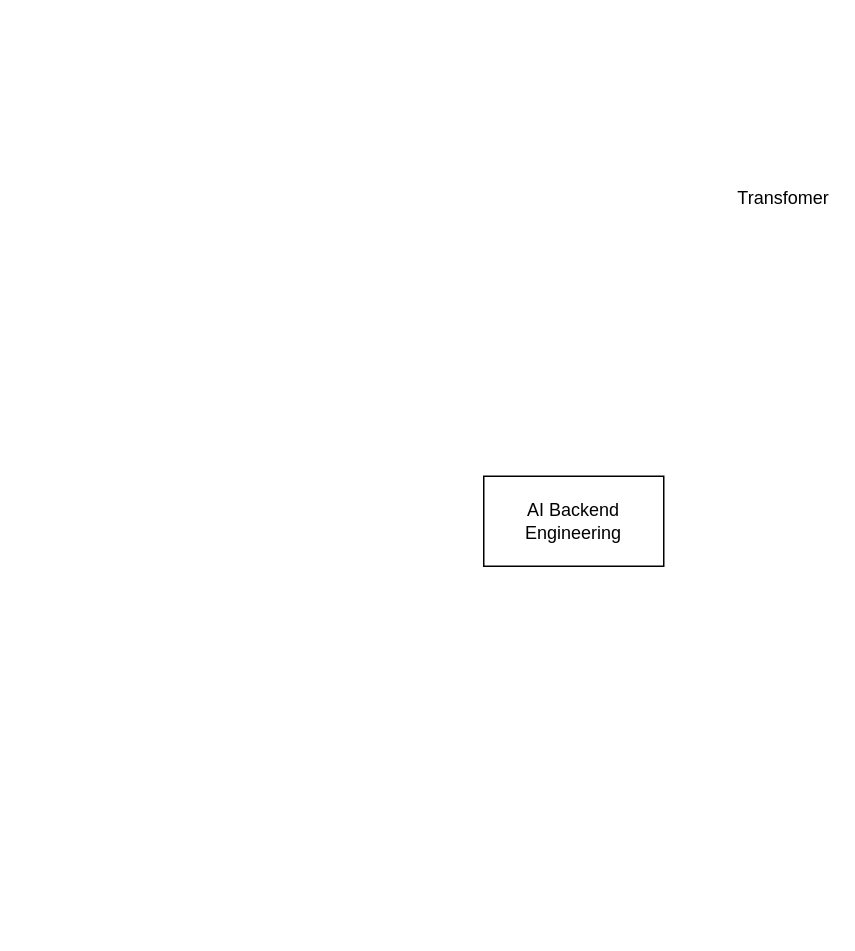
newbie220792/genai-rag-llm keeps this draw.io diagram as page "Overview" (1 of 3) of ai_backend_engineering.drawio. Above is the earlier version. Source tidied: cells renumbered, new cells numbered last; positions are measured from the earlier drawing's top-left corner, leaving out a move shared by most shapes. Both pictures are drawn from the tidied source at 150%, with x=0, y=0 at pixel (483, 176).
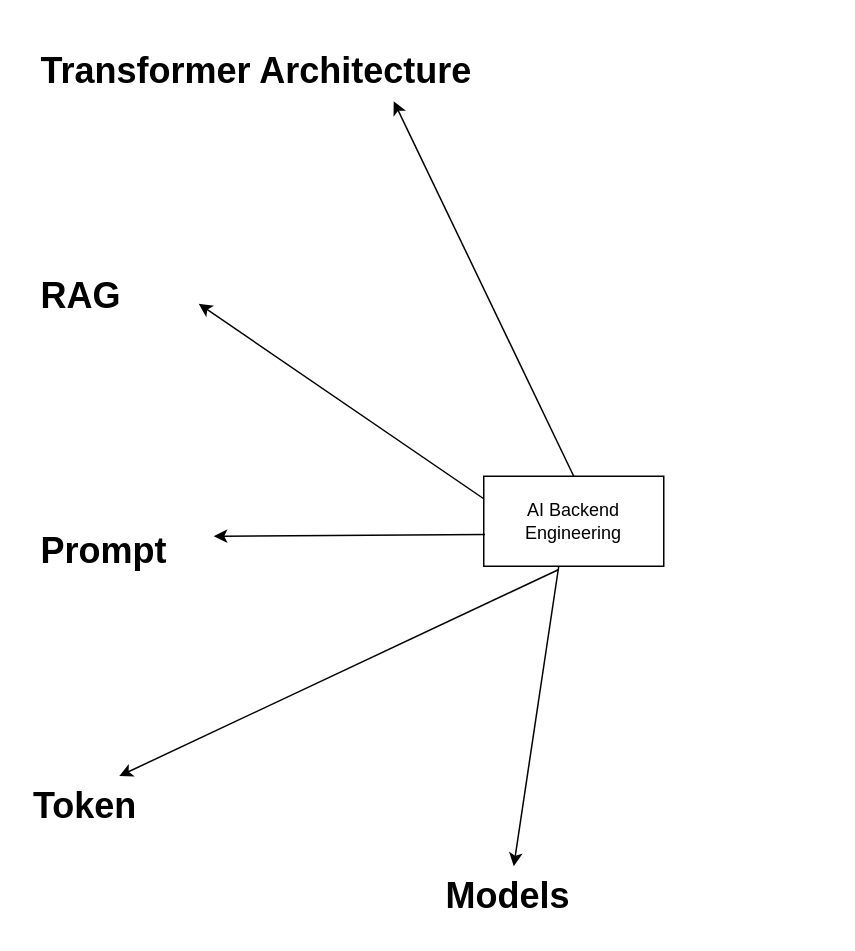
The same page after the edit.

The edit, as a diff of the source:
```diff
@@
 <mxGraphModel>
   <root>
     <mxCell id="0" />
     <mxCell id="1" parent="0" />
     <mxCell id="2" value="AI Backend Engineering" style="rounded=0;whiteSpace=wrap;html=1;" parent="1" vertex="1">
       <mxGeometry y="200" width="120" height="60" as="geometry" />
     </mxCell>
-    <mxCell id="3" value="Transfomer" style="text;html=1;whiteSpace=wrap;strokeColor=none;fillColor=none;align=center;verticalAlign=middle;rounded=0;" parent="1" vertex="1">
-      <mxGeometry x="170" width="60" height="30" as="geometry" />
-    </mxCell>
+    <mxCell id="4" value="&lt;h1&gt;Transformer Architecture&lt;br&gt;&lt;/h1&gt;&lt;p&gt;&lt;br&gt;&lt;/p&gt;" style="text;html=1;strokeColor=none;fillColor=none;spacing=5;spacingTop=-20;whiteSpace=wrap;overflow=hidden;rounded=0;" parent="1" vertex="1">
+      <mxGeometry x="-300" y="-90" width="320" height="40" as="geometry" />
+    </mxCell>
+    <mxCell id="5" value="&lt;h1&gt;RAG&lt;/h1&gt;" style="text;html=1;strokeColor=none;fillColor=none;spacing=5;spacingTop=-20;whiteSpace=wrap;overflow=hidden;rounded=0;" parent="1" vertex="1">
+      <mxGeometry x="-300" y="60" width="110" height="50" as="geometry" />
+    </mxCell>
+    <mxCell id="6" value="&lt;h1&gt;Prompt&lt;/h1&gt;" style="text;html=1;strokeColor=none;fillColor=none;spacing=5;spacingTop=-20;whiteSpace=wrap;overflow=hidden;rounded=0;" parent="1" vertex="1">
+      <mxGeometry x="-300" y="230" width="120" height="40" as="geometry" />
+    </mxCell>
+    <mxCell id="7" value="&lt;h1&gt;Token&lt;/h1&gt;" style="text;html=1;strokeColor=none;fillColor=none;spacing=5;spacingTop=-20;whiteSpace=wrap;overflow=hidden;rounded=0;" parent="1" vertex="1">
+      <mxGeometry x="-305" y="400" width="115" height="40" as="geometry" />
+    </mxCell>
+    <mxCell id="8" style="endArrow=classic;html=1;rounded=0;entryX=0.75;entryY=1;entryDx=0;entryDy=0;exitX=0.5;exitY=0;exitDx=0;exitDy=0;" parent="1" edge="1" source="2" target="4">
+      <mxGeometry relative="1" as="geometry" />
+    </mxCell>
+    <mxCell id="9" style="endArrow=classic;html=1;rounded=0;entryX=1;entryY=0.25;entryDx=0;entryDy=0;exitX=0.007;exitY=0.647;exitDx=0;exitDy=0;exitPerimeter=0;" parent="1" edge="1" source="2" target="6">
+      <mxGeometry relative="1" as="geometry" />
+    </mxCell>
+    <mxCell id="10" style="endArrow=classic;html=1;rounded=0;entryX=1;entryY=0.5;entryDx=0;entryDy=0;exitX=0;exitY=0.25;exitDx=0;exitDy=0;" parent="1" edge="1" source="2" target="5">
+      <mxGeometry relative="1" as="geometry" />
+    </mxCell>
+    <mxCell id="11" style="endArrow=classic;html=1;rounded=0;entryX=0.539;entryY=-0.003;entryDx=0;entryDy=0;entryPerimeter=0;exitX=0.417;exitY=1.036;exitDx=0;exitDy=0;exitPerimeter=0;" parent="1" edge="1" source="2" target="7">
+      <mxGeometry relative="1" as="geometry" />
+    </mxCell>
+    <mxCell id="12" value="&lt;h1&gt;Models&lt;/h1&gt;" style="text;html=1;strokeColor=none;fillColor=none;spacing=5;spacingTop=-20;whiteSpace=wrap;overflow=hidden;rounded=0;" parent="1" vertex="1">
+      <mxGeometry x="-30" y="460" width="100" height="40" as="geometry" />
+    </mxCell>
+    <mxCell id="13" style="endArrow=classic;html=1;rounded=0;entryX=0.5;entryY=0;entryDx=0;entryDy=0;" parent="1" edge="1" target="12">
+      <mxGeometry relative="1" as="geometry">
+        <mxPoint x="50" y="260" as="sourcePoint" />
+      </mxGeometry>
+    </mxCell>
   </root>
 </mxGraphModel>
```
